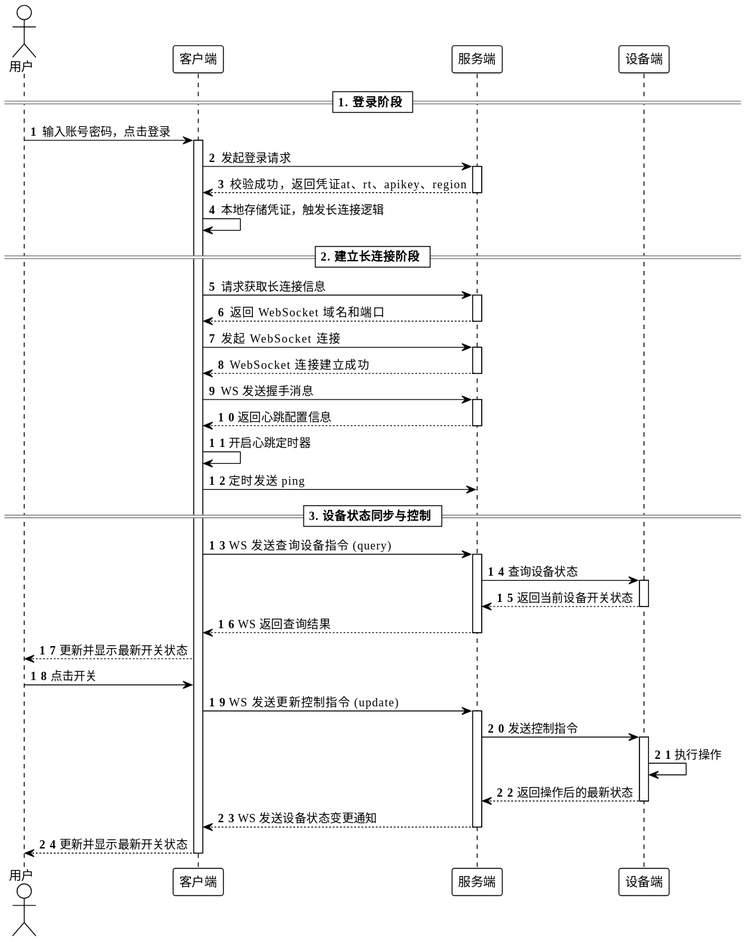
MIRAI-Lihong/coolkit-demo keeps this PlantUML diagram as src/assets/时序图.svg. Above is the earlier version. Its diagram source:
```plantuml
@startuml
autonumber
!theme plain

actor "用户" as User
participant "客户端" as Client
participant "服务端" as Server
participant "设备端" as Device

== 1. 登录阶段 ==
User -> Client: 输入账号密码，点击登录
activate Client
Client -> Server: 发起登录请求
activate Server
Server --> Client: 校验成功，返回凭证at、rt、apikey、region
deactivate Server
Client -> Client: 本地存储凭证，触发长连接逻辑

== 2. 建立长连接阶段 ==
Client -> Server: 请求获取长连接信息
activate Server
Server --> Client: 返回 WebSocket 域名和端口
deactivate Server

Client -> Server: 发起 WebSocket 连接
activate Server
Server --> Client: WebSocket 连接建立成功
deactivate Server

Client -> Server: WS 发送握手消息
activate Server
Server --> Client: 返回心跳配置信息
deactivate Server

Client -> Client: 开启心跳定时器
Client -> Server: 定时发送 ping

== 3. 设备状态同步与控制 ==

Client -> Server: WS 发送查询设备指令 (query)
activate Server
Server -> Device: 查询设备状态
activate Device
Device --> Server: 返回当前设备开关状态
deactivate Device
Server --> Client: WS 返回查询结果
deactivate Server
Client --> User: 更新并显示最新开关状态

User -> Client: 点击开关
Client -> Server: WS 发送更新控制指令 (update)
activate Server

Server -> Device: 发送控制指令
activate Device
Device -> Device: 执行操作
Device --> Server: 返回操作后的最新状态
deactivate Device

Server --> Client:  WS 发送设备状态变更通知
deactivate Server
Client --> User: 更新并显示最新开关状态

deactivate Client
@enduml
```
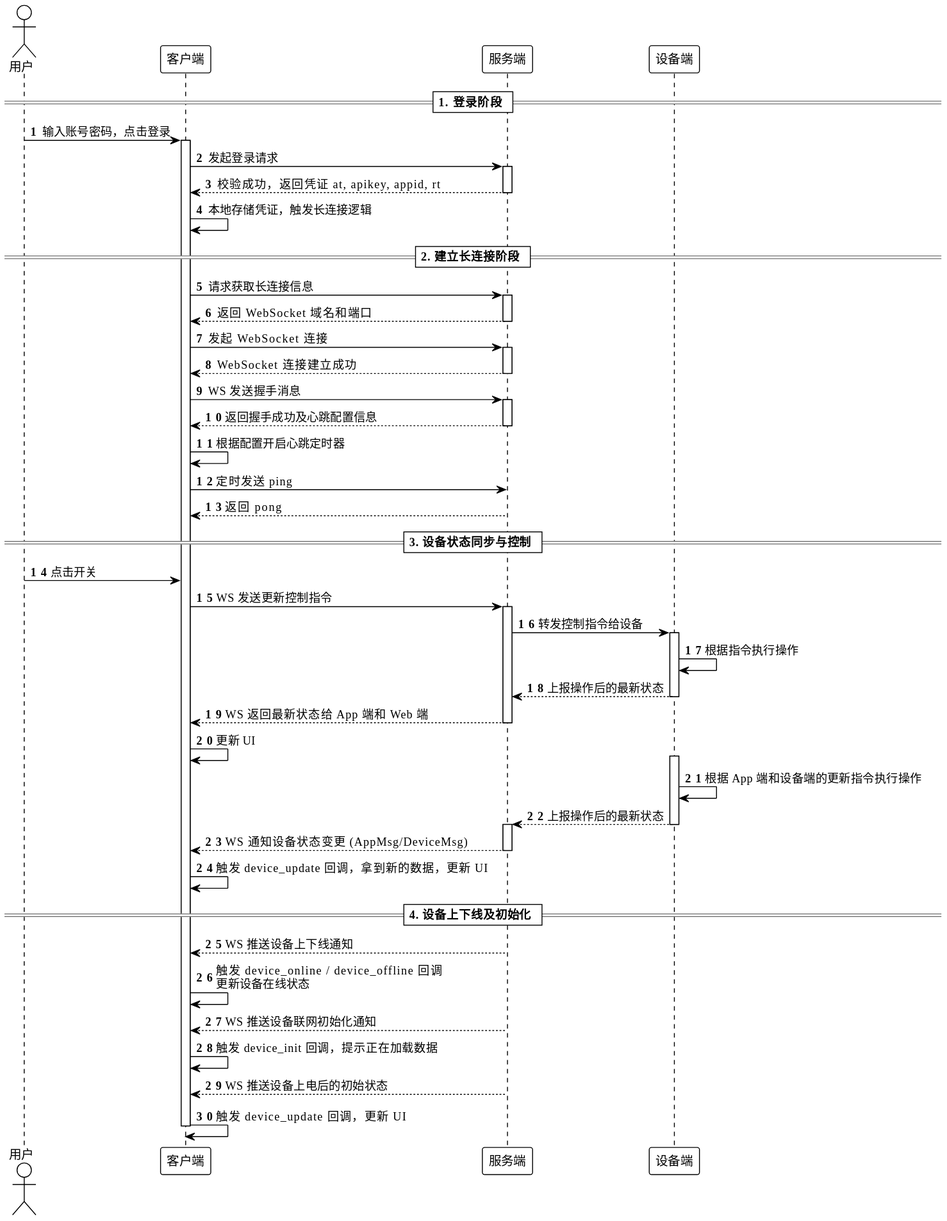
After the change.

The edit, as a diff of the source:
```diff
@@ -12,7 +12,7 @@
 activate Client
 Client -> Server: 发起登录请求
 activate Server
-Server --> Client: 校验成功，返回凭证at、rt、apikey、region
+Server --> Client: 校验成功，返回凭证 at, apikey, appid, rt
 deactivate Server
 Client -> Client: 本地存储凭证，触发长连接逻辑
 
@@ -29,37 +29,48 @@
 
 Client -> Server: WS 发送握手消息
 activate Server
-Server --> Client: 返回心跳配置信息
+Server --> Client: 返回握手成功及心跳配置信息
 deactivate Server
 
-Client -> Client: 开启心跳定时器
+Client -> Client: 根据配置开启心跳定时器
 Client -> Server: 定时发送 ping
+Server --> Client: 返回 pong
 
 == 3. 设备状态同步与控制 ==
 
-Client -> Server: WS 发送查询设备指令 (query)
-activate Server
-Server -> Device: 查询设备状态
-activate Device
-Device --> Server: 返回当前设备开关状态
-deactivate Device
-Server --> Client: WS 返回查询结果
-deactivate Server
-Client --> User: 更新并显示最新开关状态
-
 User -> Client: 点击开关
-Client -> Server: WS 发送更新控制指令 (update)
+Client -> Server: WS 发送更新控制指令
 activate Server
 
-Server -> Device: 发送控制指令
+Server -> Device: 转发控制指令给设备
 activate Device
-Device -> Device: 执行操作
-Device --> Server: 返回操作后的最新状态
+Device -> Device: 根据指令执行操作
+Device --> Server: 上报操作后的最新状态
+deactivate Device
+Server --> Client: WS 返回最新状态给 App 端和 Web 端
+deactivate Server
+Client -> Client: 更新 UI
+
+activate Device
+Device -> Device: 根据 App 端和设备端的更新指令执行操作
+Device --> Server: 上报操作后的最新状态
 deactivate Device
 
-Server --> Client:  WS 发送设备状态变更通知
+activate Server
+
+Server --> Client: WS 通知设备状态变更 (AppMsg/DeviceMsg)
 deactivate Server
-Client --> User: 更新并显示最新开关状态
+Client -> Client: 触发 device_update 回调，拿到新的数据，更新 UI
+
+== 4. 设备上下线及初始化 ==
+Server --> Client: WS 推送设备上下线通知
+Client -> Client: 触发 device_online / device_offline 回调\n更新设备在线状态
+
+Server --> Client: WS 推送设备联网初始化通知
+Client -> Client: 触发 device_init 回调，提示正在加载数据
+
+Server --> Client: WS 推送设备上电后的初始状态
+Client -> Client: 触发 device_update 回调，更新 UI
 
 deactivate Client
 @enduml
```
